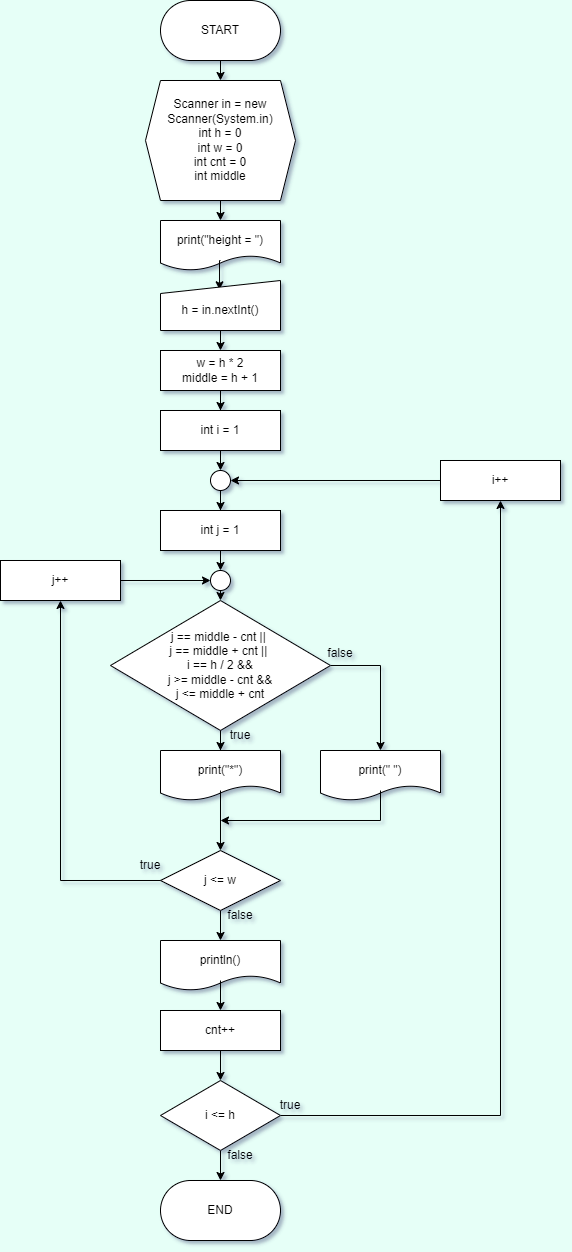
Before: src/FlowChartImage/MakeShape_8.png, a diagram exported from draw.io (RepiDot/Individual). Source tidied: cells renumbered, new cells last; positions are measured from the earlier drawing's top-left corner, leaving out a move shared by most shapes.
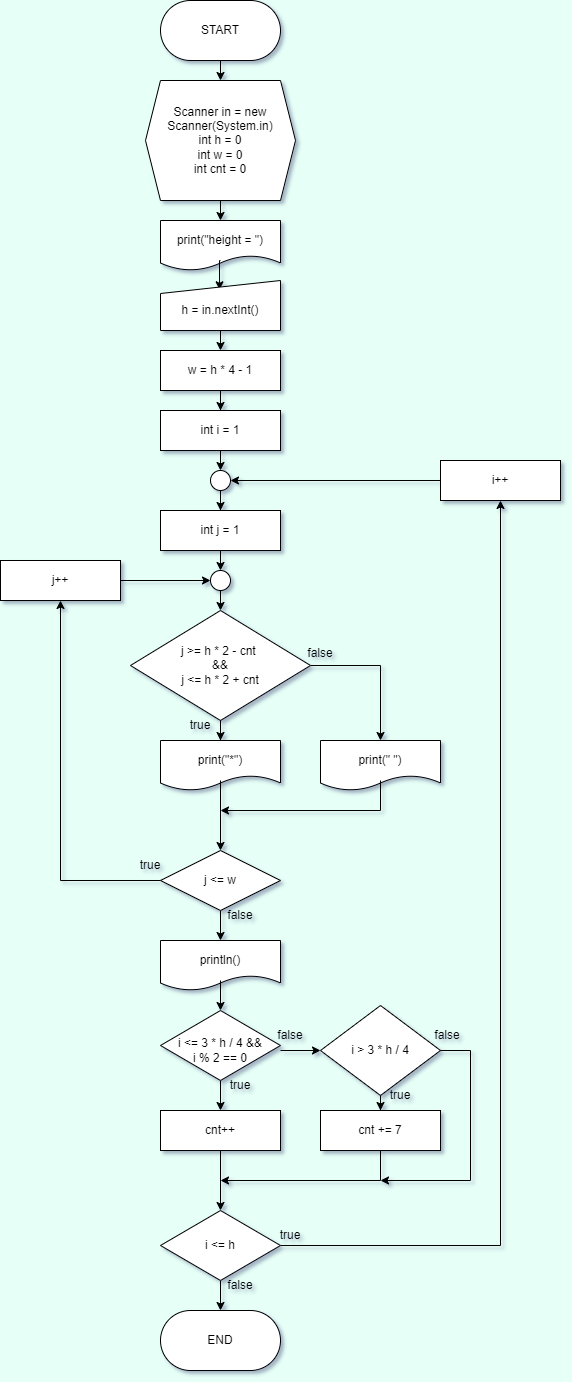
The same diagram one commit later.

The edit, as a diff of the source:
```diff
@@ -14,7 +14,7 @@
     <mxCell id="5" style="edgeStyle=orthogonalEdgeStyle;rounded=0;jettySize=auto;html=1;exitX=0.5;exitY=1;exitDx=0;exitDy=0;entryX=0.5;entryY=0;entryDx=0;entryDy=0;" parent="1" edge="1" source="6" target="7">
       <mxGeometry relative="1" as="geometry" />
     </mxCell>
-    <mxCell id="6" value="Scanner in = new Scanner(System.in)&lt;br&gt;int h = 0&lt;br&gt;int w = 0&lt;br&gt;int cnt = 0&lt;br&gt;int middle" style="shape=hexagon;perimeter=hexagonPerimeter2;whiteSpace=wrap;html=1;fixedSize=1;size=15;" parent="1" vertex="1">
+    <mxCell id="6" value="Scanner in = new Scanner(System.in)&lt;br&gt;int h = 0&lt;br&gt;int w = 0&lt;br&gt;int cnt = 0" style="shape=hexagon;perimeter=hexagonPerimeter2;whiteSpace=wrap;html=1;fixedSize=1;size=15;" parent="1" vertex="1">
       <mxGeometry x="145" y="80" width="150" height="120" as="geometry" />
     </mxCell>
     <mxCell id="7" style="shape=document;whiteSpace=wrap;html=1;boundedLbl=1;" parent="1" vertex="1">
@@ -41,7 +41,7 @@
     <mxCell id="14" style="edgeStyle=orthogonalEdgeStyle;rounded=0;jettySize=auto;html=1;entryX=0.5;entryY=0;entryDx=0;entryDy=0;" parent="1" edge="1" source="15" target="20">
       <mxGeometry relative="1" as="geometry" />
     </mxCell>
-    <mxCell id="15" value="w = h * 2&lt;br&gt;middle = h + 1" style="text;html=1;strokeColor=none;fillColor=none;align=center;verticalAlign=middle;whiteSpace=wrap;rounded=0;" parent="1" vertex="1">
+    <mxCell id="15" value="w = h * 4 - 1" style="text;html=1;strokeColor=none;fillColor=none;align=center;verticalAlign=middle;whiteSpace=wrap;rounded=0;" parent="1" vertex="1">
       <mxGeometry x="160" y="350" width="120" height="40" as="geometry" />
     </mxCell>
     <mxCell id="16" style="edgeStyle=orthogonalEdgeStyle;rounded=0;jettySize=auto;html=1;" parent="1" edge="1" source="17" target="23">
@@ -81,47 +81,45 @@
       <mxGeometry relative="1" as="geometry" />
     </mxCell>
     <mxCell id="28" style="rhombus;whiteSpace=wrap;html=1;" parent="1" vertex="1">
-      <mxGeometry x="110" y="600" width="220" height="130" as="geometry" />
+      <mxGeometry x="130" y="610" width="180" height="110" as="geometry" />
     </mxCell>
-    <mxCell id="29" value="j == middle - cnt || &lt;br&gt;j == middle + cnt ||&amp;nbsp;&lt;br&gt;i == h / 2 &amp;amp;&amp;amp;&lt;br&gt;j &amp;gt;= middle - cnt &amp;amp;&amp;amp;&lt;br&gt;j &amp;lt;= middle + cnt" style="text;html=1;strokeColor=none;fillColor=none;align=center;verticalAlign=middle;whiteSpace=wrap;rounded=0;" parent="1" vertex="1">
+    <mxCell id="29" value="j &amp;gt;= h * 2 - cnt&amp;nbsp;&lt;br&gt;&amp;amp;&amp;amp;&lt;br&gt;j &amp;lt;= h * 2 + cnt" style="text;html=1;strokeColor=none;fillColor=none;align=center;verticalAlign=middle;whiteSpace=wrap;rounded=0;" parent="1" vertex="1">
       <mxGeometry x="160" y="637.5" width="120" height="55" as="geometry" />
     </mxCell>
     <mxCell id="30" style="shape=document;whiteSpace=wrap;html=1;boundedLbl=1;" parent="1" vertex="1">
-      <mxGeometry x="160" y="750" width="120" height="50" as="geometry" />
+      <mxGeometry x="160" y="740" width="120" height="50" as="geometry" />
     </mxCell>
     <mxCell id="31" style="edgeStyle=orthogonalEdgeStyle;rounded=0;jettySize=auto;html=1;exitX=0.5;exitY=1;exitDx=0;exitDy=0;entryX=0.5;entryY=0;entryDx=0;entryDy=0;" parent="1" edge="1" source="32" target="42">
       <mxGeometry relative="1" as="geometry" />
     </mxCell>
     <mxCell id="32" value="print(&quot;*&quot;)" style="text;html=1;strokeColor=none;fillColor=none;align=center;verticalAlign=middle;whiteSpace=wrap;rounded=0;" parent="1" vertex="1">
-      <mxGeometry x="160" y="750" width="120" height="40" as="geometry" />
+      <mxGeometry x="160" y="740" width="120" height="40" as="geometry" />
     </mxCell>
     <mxCell id="33" value="true" style="text;html=1;strokeColor=none;fillColor=none;align=center;verticalAlign=middle;whiteSpace=wrap;rounded=0;" parent="1" vertex="1">
-      <mxGeometry x="210" y="720" width="60" height="30" as="geometry" />
+      <mxGeometry x="170" y="710" width="60" height="30" as="geometry" />
     </mxCell>
     <mxCell id="34" style="shape=document;whiteSpace=wrap;html=1;boundedLbl=1;" parent="1" vertex="1">
-      <mxGeometry x="320" y="750" width="120" height="50" as="geometry" />
+      <mxGeometry x="320" y="740" width="120" height="50" as="geometry" />
     </mxCell>
     <mxCell id="35" style="edgeStyle=orthogonalEdgeStyle;rounded=0;jettySize=auto;html=1;exitX=0.5;exitY=1;exitDx=0;exitDy=0;" parent="1" edge="1" source="36">
       <mxGeometry relative="1" as="geometry">
-        <mxPoint x="220" y="820" as="targetPoint" />
+        <mxPoint x="220" y="810" as="targetPoint" />
         <Array as="points">
-          <mxPoint x="380" y="820" />
+          <mxPoint x="380" y="810" />
         </Array>
       </mxGeometry>
     </mxCell>
     <mxCell id="36" value="print(&quot; &quot;)" style="text;html=1;strokeColor=none;fillColor=none;align=center;verticalAlign=middle;whiteSpace=wrap;rounded=0;" parent="1" vertex="1">
-      <mxGeometry x="320" y="750" width="120" height="40" as="geometry" />
+      <mxGeometry x="320" y="740" width="120" height="40" as="geometry" />
     </mxCell>
     <mxCell id="37" value="false" style="text;html=1;strokeColor=none;fillColor=none;align=center;verticalAlign=middle;whiteSpace=wrap;rounded=0;" parent="1" vertex="1">
-      <mxGeometry x="310" y="637.5" width="60" height="30" as="geometry" />
+      <mxGeometry x="290" y="637.5" width="60" height="30" as="geometry" />
     </mxCell>
     <mxCell id="38" style="shape=document;whiteSpace=wrap;html=1;boundedLbl=1;" parent="1" vertex="1">
       <mxGeometry x="160" y="940" width="120" height="50" as="geometry" />
     </mxCell>
-    <mxCell id="39" style="edgeStyle=orthogonalEdgeStyle;rounded=0;jettySize=auto;html=1;exitX=0.5;exitY=1;exitDx=0;exitDy=0;entryX=0.5;entryY=0;entryDx=0;entryDy=0;" parent="1" edge="1" source="40">
-      <mxGeometry relative="1" as="geometry">
-        <mxPoint x="220" y="1010" as="targetPoint" />
-      </mxGeometry>
+    <mxCell id="39" style="edgeStyle=orthogonalEdgeStyle;rounded=0;jettySize=auto;html=1;exitX=0.5;exitY=1;exitDx=0;exitDy=0;entryX=0.5;entryY=0;entryDx=0;entryDy=0;" parent="1" edge="1" source="40" target="65">
+      <mxGeometry relative="1" as="geometry" />
     </mxCell>
     <mxCell id="40" value="println()" style="text;html=1;strokeColor=none;fillColor=none;align=center;verticalAlign=middle;whiteSpace=wrap;rounded=0;" parent="1" vertex="1">
       <mxGeometry x="160" y="940" width="120" height="40" as="geometry" />
@@ -153,15 +151,51 @@
     <mxCell id="49" value="false" style="text;html=1;strokeColor=none;fillColor=none;align=center;verticalAlign=middle;whiteSpace=wrap;rounded=0;" parent="1" vertex="1">
       <mxGeometry x="210" y="900" width="60" height="30" as="geometry" />
     </mxCell>
+    <mxCell id="64" style="edgeStyle=orthogonalEdgeStyle;rounded=0;jettySize=auto;html=1;" parent="1" edge="1" source="65" target="50">
+      <mxGeometry relative="1" as="geometry" />
+    </mxCell>
+    <mxCell id="65" style="rhombus;whiteSpace=wrap;html=1;" parent="1" vertex="1">
+      <mxGeometry x="160" y="1010" width="120" height="70" as="geometry" />
+    </mxCell>
+    <mxCell id="66" style="edgeStyle=orthogonalEdgeStyle;rounded=0;jettySize=auto;html=1;" parent="1" edge="1" source="67" target="70">
+      <mxGeometry relative="1" as="geometry" />
+    </mxCell>
+    <mxCell id="67" value="i &amp;lt;= 3 * h / 4 &amp;amp;&amp;amp;&lt;br&gt;i % 2 == 0" style="text;html=1;strokeColor=none;fillColor=none;align=center;verticalAlign=middle;whiteSpace=wrap;rounded=0;" parent="1" vertex="1">
+      <mxGeometry x="160" y="1030" width="120" height="40" as="geometry" />
+    </mxCell>
     <mxCell id="50" style="whiteSpace=wrap;html=1;" parent="1" vertex="1">
-      <mxGeometry x="160" y="1010" width="120" height="40" as="geometry" />
+      <mxGeometry x="160" y="1110" width="120" height="40" as="geometry" />
     </mxCell>
     <mxCell id="51" style="edgeStyle=orthogonalEdgeStyle;rounded=0;jettySize=auto;html=1;" parent="1" edge="1" source="52" target="55">
       <mxGeometry relative="1" as="geometry" />
     </mxCell>
     <mxCell id="52" value="cnt++" style="text;html=1;strokeColor=none;fillColor=none;align=center;verticalAlign=middle;whiteSpace=wrap;rounded=0;" parent="1" vertex="1">
-      <mxGeometry x="160" y="1010" width="120" height="40" as="geometry" />
+      <mxGeometry x="160" y="1110" width="120" height="40" as="geometry" />
     </mxCell>
+    <mxCell id="68" value="true" style="text;html=1;strokeColor=none;fillColor=none;align=center;verticalAlign=middle;whiteSpace=wrap;rounded=0;" parent="1" vertex="1">
+      <mxGeometry x="210" y="1070" width="60" height="30" as="geometry" />
+    </mxCell>
+    <mxCell id="69" style="edgeStyle=orthogonalEdgeStyle;rounded=0;jettySize=auto;html=1;" parent="1" edge="1" source="70" target="74">
+      <mxGeometry relative="1" as="geometry" />
+    </mxCell>
+    <mxCell id="70" style="rhombus;whiteSpace=wrap;html=1;" parent="1" vertex="1">
+      <mxGeometry x="320" y="1005" width="120" height="90" as="geometry" />
+    </mxCell>
+    <mxCell id="71" style="edgeStyle=orthogonalEdgeStyle;rounded=0;jettySize=auto;html=1;" parent="1" edge="1" source="72">
+      <mxGeometry relative="1" as="geometry">
+        <mxPoint x="380" y="1180" as="targetPoint" />
+        <Array as="points">
+          <mxPoint x="470" y="1050" />
+          <mxPoint x="470" y="1180" />
+        </Array>
+      </mxGeometry>
+    </mxCell>
+    <mxCell id="72" value="i &amp;gt; 3 * h / 4" style="text;html=1;strokeColor=none;fillColor=none;align=center;verticalAlign=middle;whiteSpace=wrap;rounded=0;" parent="1" vertex="1">
+      <mxGeometry x="320" y="1030" width="120" height="40" as="geometry" />
+    </mxCell>
+    <mxCell id="73" value="true" style="text;html=1;strokeColor=none;fillColor=none;align=center;verticalAlign=middle;whiteSpace=wrap;rounded=0;" parent="1" vertex="1">
+      <mxGeometry x="370" y="1080" width="60" height="30" as="geometry" />
+    </mxCell>
     <mxCell id="53" style="edgeStyle=orthogonalEdgeStyle;rounded=0;jettySize=auto;html=1;entryX=0.5;entryY=1;entryDx=0;entryDy=0;" parent="1" edge="1" source="55" target="59">
       <mxGeometry relative="1" as="geometry" />
     </mxCell>
@@ -169,10 +203,10 @@
       <mxGeometry relative="1" as="geometry" />
     </mxCell>
     <mxCell id="55" style="rhombus;whiteSpace=wrap;html=1;" parent="1" vertex="1">
-      <mxGeometry x="160" y="1080" width="120" height="70" as="geometry" />
+      <mxGeometry x="160" y="1210" width="120" height="70" as="geometry" />
     </mxCell>
     <mxCell id="56" value="i &amp;lt;= h" style="text;html=1;strokeColor=none;fillColor=none;align=center;verticalAlign=middle;whiteSpace=wrap;rounded=0;" parent="1" vertex="1">
-      <mxGeometry x="160" y="1095" width="120" height="40" as="geometry" />
+      <mxGeometry x="160" y="1225" width="120" height="40" as="geometry" />
     </mxCell>
     <mxCell id="57" style="edgeStyle=orthogonalEdgeStyle;rounded=0;jettySize=auto;html=1;entryX=1;entryY=0.5;entryDx=0;entryDy=0;" parent="1" edge="1" source="58" target="17">
       <mxGeometry relative="1" as="geometry" />
@@ -183,17 +217,38 @@
     <mxCell id="59" value="i++" style="text;html=1;strokeColor=none;fillColor=none;align=center;verticalAlign=middle;whiteSpace=wrap;rounded=0;" parent="1" vertex="1">
       <mxGeometry x="440" y="460" width="120" height="40" as="geometry" />
     </mxCell>
+    <mxCell id="74" style="whiteSpace=wrap;html=1;" parent="1" vertex="1">
+      <mxGeometry x="320" y="1110" width="120" height="40" as="geometry" />
+    </mxCell>
+    <mxCell id="75" value="false" style="text;html=1;strokeColor=none;fillColor=none;align=center;verticalAlign=middle;whiteSpace=wrap;rounded=0;" parent="1" vertex="1">
+      <mxGeometry x="260" y="1020" width="60" height="30" as="geometry" />
+    </mxCell>
+    <mxCell id="76" style="edgeStyle=orthogonalEdgeStyle;rounded=0;jettySize=auto;html=1;exitX=0.5;exitY=1;exitDx=0;exitDy=0;" parent="1" edge="1" source="77">
+      <mxGeometry relative="1" as="geometry">
+        <mxPoint x="220" y="1180" as="targetPoint" />
+        <Array as="points">
+          <mxPoint x="380" y="1180" />
+          <mxPoint x="220" y="1180" />
+        </Array>
+      </mxGeometry>
+    </mxCell>
+    <mxCell id="77" value="cnt += 7" style="text;html=1;align=center;verticalAlign=middle;whiteSpace=wrap;rounded=0;" parent="1" vertex="1">
+      <mxGeometry x="320" y="1110" width="120" height="40" as="geometry" />
+    </mxCell>
     <mxCell id="60" value="true" style="text;html=1;strokeColor=none;fillColor=none;align=center;verticalAlign=middle;whiteSpace=wrap;rounded=0;" parent="1" vertex="1">
-      <mxGeometry x="260" y="1090" width="60" height="30" as="geometry" />
+      <mxGeometry x="260" y="1220" width="60" height="30" as="geometry" />
     </mxCell>
     <mxCell id="61" value="false" style="text;html=1;strokeColor=none;fillColor=none;align=center;verticalAlign=middle;whiteSpace=wrap;rounded=0;" parent="1" vertex="1">
-      <mxGeometry x="210" y="1140" width="60" height="30" as="geometry" />
+      <mxGeometry x="210" y="1270" width="60" height="30" as="geometry" />
     </mxCell>
     <mxCell id="62" style="rounded=1;whiteSpace=wrap;html=1;arcSize=50;" parent="1" vertex="1">
-      <mxGeometry x="160" y="1180" width="120" height="60" as="geometry" />
+      <mxGeometry x="160" y="1310" width="120" height="60" as="geometry" />
     </mxCell>
     <mxCell id="63" value="END" style="text;html=1;strokeColor=none;fillColor=none;align=center;verticalAlign=middle;whiteSpace=wrap;rounded=0;" parent="1" vertex="1">
-      <mxGeometry x="160" y="1180" width="120" height="60" as="geometry" />
+      <mxGeometry x="160" y="1310" width="120" height="60" as="geometry" />
     </mxCell>
+    <mxCell id="78" value="false" style="text;html=1;strokeColor=none;fillColor=none;align=center;verticalAlign=middle;whiteSpace=wrap;rounded=0;" parent="1" vertex="1">
+      <mxGeometry x="417" y="1020" width="60" height="30" as="geometry" />
+    </mxCell>
   </root>
 </mxGraphModel>
```
